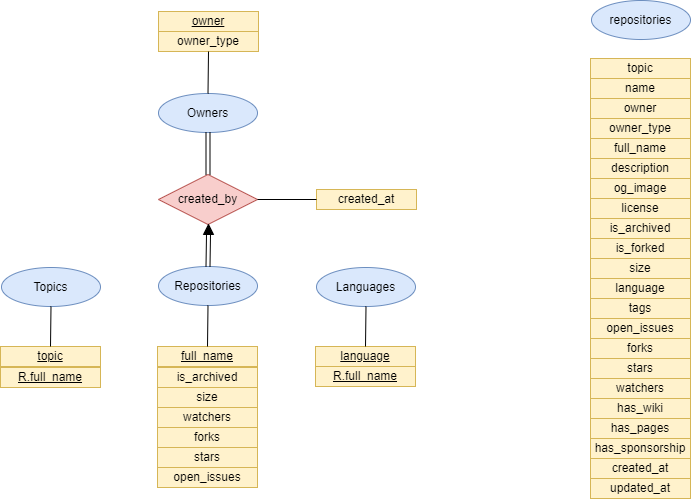
This is er_model/ER.drawio.png from diegoalonso-sm/database-final-project, a draw.io export, as it was before one commit. Source tidied: cells renumbered, new cells last; positions are measured from the earlier drawing's top-left corner, leaving out a move shared by most shapes.
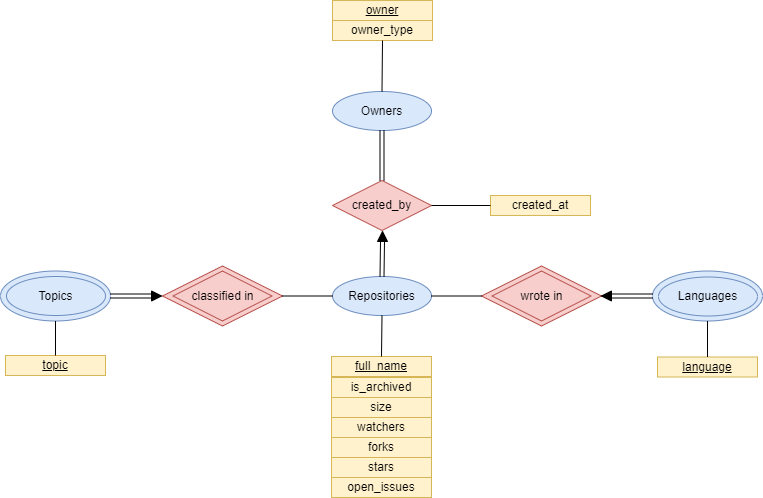
After the change.

Diff of the diagram source:
```diff
@@ -2,155 +2,119 @@
   <root>
     <mxCell id="0" />
     <mxCell id="1" parent="0" />
-    <mxCell id="2" value="topic" style="rounded=0;whiteSpace=wrap;html=1;fillColor=#fff2cc;strokeColor=#d6b656;" parent="1" vertex="1">
-      <mxGeometry x="590" y="58" width="100" height="20" as="geometry" />
-    </mxCell>
-    <mxCell id="3" value="name" style="rounded=0;whiteSpace=wrap;html=1;fillColor=#fff2cc;strokeColor=#d6b656;" parent="1" vertex="1">
-      <mxGeometry x="590" y="78" width="100" height="20" as="geometry" />
-    </mxCell>
-    <mxCell id="4" value="owner" style="rounded=0;whiteSpace=wrap;html=1;fillColor=#fff2cc;strokeColor=#d6b656;" parent="1" vertex="1">
-      <mxGeometry x="590" y="98" width="100" height="20" as="geometry" />
-    </mxCell>
-    <mxCell id="5" value="owner_type" style="rounded=0;whiteSpace=wrap;html=1;fillColor=#fff2cc;strokeColor=#d6b656;" parent="1" vertex="1">
-      <mxGeometry x="590" y="118" width="100" height="20" as="geometry" />
-    </mxCell>
-    <mxCell id="6" value="full_name" style="rounded=0;whiteSpace=wrap;html=1;fillColor=#fff2cc;strokeColor=#d6b656;" parent="1" vertex="1">
-      <mxGeometry x="590" y="138" width="100" height="20" as="geometry" />
-    </mxCell>
-    <mxCell id="7" value="description" style="rounded=0;whiteSpace=wrap;html=1;fillColor=#fff2cc;strokeColor=#d6b656;" parent="1" vertex="1">
-      <mxGeometry x="590" y="158" width="100" height="20" as="geometry" />
-    </mxCell>
-    <mxCell id="8" value="og_image" style="rounded=0;whiteSpace=wrap;html=1;fillColor=#fff2cc;strokeColor=#d6b656;" parent="1" vertex="1">
-      <mxGeometry x="590" y="178" width="100" height="20" as="geometry" />
-    </mxCell>
-    <mxCell id="9" value="license" style="rounded=0;whiteSpace=wrap;html=1;fillColor=#fff2cc;strokeColor=#d6b656;" parent="1" vertex="1">
-      <mxGeometry x="590" y="198" width="100" height="20" as="geometry" />
-    </mxCell>
-    <mxCell id="10" value="is_archived" style="rounded=0;whiteSpace=wrap;html=1;fillColor=#fff2cc;strokeColor=#d6b656;" parent="1" vertex="1">
-      <mxGeometry x="590" y="218" width="100" height="20" as="geometry" />
-    </mxCell>
-    <mxCell id="11" value="is_forked" style="rounded=0;whiteSpace=wrap;html=1;fillColor=#fff2cc;strokeColor=#d6b656;" parent="1" vertex="1">
-      <mxGeometry x="590" y="238" width="100" height="20" as="geometry" />
-    </mxCell>
-    <mxCell id="12" value="size" style="rounded=0;whiteSpace=wrap;html=1;fillColor=#fff2cc;strokeColor=#d6b656;" parent="1" vertex="1">
-      <mxGeometry x="590" y="258" width="100" height="20" as="geometry" />
-    </mxCell>
-    <mxCell id="13" value="language" style="rounded=0;whiteSpace=wrap;html=1;fillColor=#fff2cc;strokeColor=#d6b656;" parent="1" vertex="1">
-      <mxGeometry x="590" y="278" width="100" height="20" as="geometry" />
-    </mxCell>
-    <mxCell id="14" value="tags" style="rounded=0;whiteSpace=wrap;html=1;fillColor=#fff2cc;strokeColor=#d6b656;" parent="1" vertex="1">
-      <mxGeometry x="590" y="298" width="100" height="20" as="geometry" />
-    </mxCell>
-    <mxCell id="15" value="open_issues" style="rounded=0;whiteSpace=wrap;html=1;fillColor=#fff2cc;strokeColor=#d6b656;" parent="1" vertex="1">
-      <mxGeometry x="590" y="318" width="100" height="20" as="geometry" />
-    </mxCell>
-    <mxCell id="16" value="forks" style="rounded=0;whiteSpace=wrap;html=1;fillColor=#fff2cc;strokeColor=#d6b656;" parent="1" vertex="1">
-      <mxGeometry x="590" y="338" width="100" height="20" as="geometry" />
-    </mxCell>
-    <mxCell id="17" value="stars" style="rounded=0;whiteSpace=wrap;html=1;fillColor=#fff2cc;strokeColor=#d6b656;" parent="1" vertex="1">
-      <mxGeometry x="590" y="358" width="100" height="20" as="geometry" />
-    </mxCell>
-    <mxCell id="18" value="watchers" style="rounded=0;whiteSpace=wrap;html=1;fillColor=#fff2cc;strokeColor=#d6b656;" parent="1" vertex="1">
-      <mxGeometry x="590" y="378" width="100" height="20" as="geometry" />
-    </mxCell>
-    <mxCell id="19" value="has_wiki" style="rounded=0;whiteSpace=wrap;html=1;fillColor=#fff2cc;strokeColor=#d6b656;" parent="1" vertex="1">
-      <mxGeometry x="590" y="398" width="100" height="20" as="geometry" />
-    </mxCell>
-    <mxCell id="20" value="has_pages" style="rounded=0;whiteSpace=wrap;html=1;fillColor=#fff2cc;strokeColor=#d6b656;" parent="1" vertex="1">
-      <mxGeometry x="590" y="418" width="100" height="20" as="geometry" />
-    </mxCell>
-    <mxCell id="21" value="has_sponsorship" style="rounded=0;whiteSpace=wrap;html=1;fillColor=#fff2cc;strokeColor=#d6b656;" parent="1" vertex="1">
-      <mxGeometry x="590" y="438" width="100" height="20" as="geometry" />
-    </mxCell>
-    <mxCell id="22" value="created_at" style="rounded=0;whiteSpace=wrap;html=1;fillColor=#fff2cc;strokeColor=#d6b656;" parent="1" vertex="1">
-      <mxGeometry x="590" y="458" width="100" height="20" as="geometry" />
-    </mxCell>
-    <mxCell id="23" value="updated_at" style="rounded=0;whiteSpace=wrap;html=1;fillColor=#fff2cc;strokeColor=#d6b656;" parent="1" vertex="1">
-      <mxGeometry x="590" y="478" width="100" height="20" as="geometry" />
-    </mxCell>
-    <mxCell id="24" value="owner_type" style="rounded=0;whiteSpace=wrap;html=1;fillColor=#fff2cc;strokeColor=#d6b656;" parent="1" vertex="1">
-      <mxGeometry x="158" y="31" width="100" height="20" as="geometry" />
-    </mxCell>
-    <mxCell id="25" value="is_archived" style="rounded=0;whiteSpace=wrap;html=1;fillColor=#fff2cc;strokeColor=#d6b656;" parent="1" vertex="1">
-      <mxGeometry x="157" y="367" width="100" height="20" as="geometry" />
-    </mxCell>
-    <mxCell id="26" value="size" style="rounded=0;whiteSpace=wrap;html=1;fillColor=#fff2cc;strokeColor=#d6b656;" parent="1" vertex="1">
-      <mxGeometry x="157" y="387" width="100" height="20" as="geometry" />
-    </mxCell>
-    <mxCell id="27" value="open_issues" style="rounded=0;whiteSpace=wrap;html=1;fillColor=#fff2cc;strokeColor=#d6b656;" parent="1" vertex="1">
-      <mxGeometry x="157" y="467" width="100" height="20" as="geometry" />
-    </mxCell>
-    <mxCell id="28" value="forks" style="rounded=0;whiteSpace=wrap;html=1;fillColor=#fff2cc;strokeColor=#d6b656;" parent="1" vertex="1">
-      <mxGeometry x="157" y="427" width="100" height="20" as="geometry" />
-    </mxCell>
-    <mxCell id="29" value="stars" style="rounded=0;whiteSpace=wrap;html=1;fillColor=#fff2cc;strokeColor=#d6b656;" parent="1" vertex="1">
-      <mxGeometry x="157" y="447" width="100" height="20" as="geometry" />
-    </mxCell>
-    <mxCell id="30" value="watchers" style="rounded=0;whiteSpace=wrap;html=1;fillColor=#fff2cc;strokeColor=#d6b656;" parent="1" vertex="1">
-      <mxGeometry x="157" y="407" width="100" height="20" as="geometry" />
-    </mxCell>
-    <mxCell id="31" value="created_at" style="rounded=0;whiteSpace=wrap;html=1;fillColor=#fff2cc;strokeColor=#d6b656;" parent="1" vertex="1">
-      <mxGeometry x="316" y="189" width="100" height="20" as="geometry" />
-    </mxCell>
+    <mxCell id="52" style="group;" parent="1" vertex="1">
+      <mxGeometry x="-31" y="1" width="762" height="497" as="geometry" />
+    </mxCell>
+    <mxCell id="53" value="created_by" style="rhombus;whiteSpace=wrap;html=1;fillColor=#f8cecc;strokeColor=#b85450;" parent="52" vertex="1">
+      <mxGeometry x="162" y="265.5" width="120" height="60" as="geometry" />
+    </mxCell>
+    <mxCell id="54" value="Languages" style="ellipse;whiteSpace=wrap;html=1;fillColor=#dae8fc;strokeColor=#6c8ebf;" parent="52" vertex="1">
+      <mxGeometry y="270.5" width="110" height="50" as="geometry" />
+    </mxCell>
+    <mxCell id="55" value="Languages" style="ellipse;whiteSpace=wrap;html=1;fillColor=#dae8fc;strokeColor=#6c8ebf;" parent="52" vertex="1">
+      <mxGeometry x="652" y="270.5" width="110" height="50" as="geometry" />
+    </mxCell>
+    <mxCell id="56" value="owner_type" style="rounded=0;whiteSpace=wrap;html=1;fillColor=#fff2cc;strokeColor=#d6b656;" parent="52" vertex="1">
+      <mxGeometry x="332" y="20" width="100" height="20" as="geometry" />
+    </mxCell>
+    <mxCell id="57" value="is_archived" style="rounded=0;whiteSpace=wrap;html=1;fillColor=#fff2cc;strokeColor=#d6b656;" parent="52" vertex="1">
+      <mxGeometry x="331" y="377" width="100" height="20" as="geometry" />
+    </mxCell>
+    <mxCell id="58" value="size" style="rounded=0;whiteSpace=wrap;html=1;fillColor=#fff2cc;strokeColor=#d6b656;" parent="52" vertex="1">
+      <mxGeometry x="331" y="397" width="100" height="20" as="geometry" />
+    </mxCell>
+    <mxCell id="59" value="open_issues" style="rounded=0;whiteSpace=wrap;html=1;fillColor=#fff2cc;strokeColor=#d6b656;" parent="52" vertex="1">
+      <mxGeometry x="331" y="477" width="100" height="20" as="geometry" />
+    </mxCell>
+    <mxCell id="60" value="forks" style="rounded=0;whiteSpace=wrap;html=1;fillColor=#fff2cc;strokeColor=#d6b656;" parent="52" vertex="1">
+      <mxGeometry x="331" y="437" width="100" height="20" as="geometry" />
+    </mxCell>
+    <mxCell id="61" value="stars" style="rounded=0;whiteSpace=wrap;html=1;fillColor=#fff2cc;strokeColor=#d6b656;" parent="52" vertex="1">
+      <mxGeometry x="331" y="457" width="100" height="20" as="geometry" />
+    </mxCell>
+    <mxCell id="62" value="watchers" style="rounded=0;whiteSpace=wrap;html=1;fillColor=#fff2cc;strokeColor=#d6b656;" parent="52" vertex="1">
+      <mxGeometry x="331" y="417" width="100" height="20" as="geometry" />
+    </mxCell>
+    <mxCell id="63" value="created_at" style="rounded=0;whiteSpace=wrap;html=1;fillColor=#fff2cc;strokeColor=#d6b656;" parent="52" vertex="1">
+      <mxGeometry x="490" y="195" width="100" height="20" as="geometry" />
+    </mxCell>
-    <mxCell id="32" value="Repositories" style="ellipse;whiteSpace=wrap;html=1;fillColor=#dae8fc;strokeColor=#6c8ebf;" parent="1" vertex="1">
-      <mxGeometry x="158" y="266" width="99" height="39" as="geometry" />
+    <mxCell id="32" value="Repositories" style="ellipse;whiteSpace=wrap;html=1;fillColor=#dae8fc;strokeColor=#6c8ebf;" parent="52" vertex="1">
+      <mxGeometry x="332" y="276" width="99" height="39" as="geometry" />
     </mxCell>
-    <mxCell id="33" value="&lt;u&gt;full_name&lt;/u&gt;" style="rounded=0;whiteSpace=wrap;html=1;fillColor=#fff2cc;strokeColor=#d6b656;" parent="1" vertex="1">
-      <mxGeometry x="157" y="346" width="100" height="20" as="geometry" />
+    <mxCell id="33" value="&lt;u&gt;full_name&lt;/u&gt;" style="rounded=0;whiteSpace=wrap;html=1;fillColor=#fff2cc;strokeColor=#d6b656;" parent="52" vertex="1">
+      <mxGeometry x="331" y="356" width="100" height="20" as="geometry" />
     </mxCell>
-    <mxCell id="34" value="repositories" style="ellipse;whiteSpace=wrap;html=1;fillColor=#dae8fc;strokeColor=#6c8ebf;" parent="1" vertex="1">
-      <mxGeometry x="591" width="99" height="39" as="geometry" />
-    </mxCell>
-    <mxCell id="35" value="Owners" style="ellipse;whiteSpace=wrap;html=1;fillColor=#dae8fc;strokeColor=#6c8ebf;" parent="1" vertex="1">
-      <mxGeometry x="158" y="93" width="99" height="39" as="geometry" />
+    <mxCell id="35" value="Owners" style="ellipse;whiteSpace=wrap;html=1;fillColor=#dae8fc;strokeColor=#6c8ebf;" parent="52" vertex="1">
+      <mxGeometry x="332" y="91" width="99" height="39" as="geometry" />
     </mxCell>
-    <mxCell id="36" value="&lt;u&gt;owner&lt;/u&gt;" style="rounded=0;whiteSpace=wrap;html=1;fillColor=#fff2cc;strokeColor=#d6b656;" parent="1" vertex="1">
-      <mxGeometry x="158" y="11" width="100" height="20" as="geometry" />
+    <mxCell id="36" value="&lt;u&gt;owner&lt;/u&gt;" style="rounded=0;whiteSpace=wrap;html=1;fillColor=#fff2cc;strokeColor=#d6b656;" parent="52" vertex="1">
+      <mxGeometry x="332" width="100" height="20" as="geometry" />
     </mxCell>
-    <mxCell id="37" value="Topics" style="ellipse;whiteSpace=wrap;html=1;fillColor=#dae8fc;strokeColor=#6c8ebf;" parent="1" vertex="1">
-      <mxGeometry x="1" y="267" width="99" height="39" as="geometry" />
+    <mxCell id="37" value="Topics" style="ellipse;whiteSpace=wrap;html=1;fillColor=#dae8fc;strokeColor=#6c8ebf;" parent="52" vertex="1">
+      <mxGeometry x="6" y="276" width="99" height="39" as="geometry" />
     </mxCell>
-    <mxCell id="38" value="&lt;u&gt;topic&lt;/u&gt;" style="rounded=0;whiteSpace=wrap;html=1;fillColor=#fff2cc;strokeColor=#d6b656;" parent="1" vertex="1">
-      <mxGeometry y="346" width="100" height="20" as="geometry" />
+    <mxCell id="38" value="&lt;u&gt;topic&lt;/u&gt;" style="rounded=0;whiteSpace=wrap;html=1;fillColor=#fff2cc;strokeColor=#d6b656;" parent="52" vertex="1">
+      <mxGeometry x="5" y="355" width="100" height="20" as="geometry" />
     </mxCell>
-    <mxCell id="39" value="Languages" style="ellipse;whiteSpace=wrap;html=1;fillColor=#dae8fc;strokeColor=#6c8ebf;" parent="1" vertex="1">
-      <mxGeometry x="316" y="267" width="99" height="39" as="geometry" />
-    </mxCell>
+    <mxCell id="64" value="Languages" style="ellipse;whiteSpace=wrap;html=1;fillColor=#dae8fc;strokeColor=#6c8ebf;" parent="52" vertex="1">
+      <mxGeometry x="658" y="276.5" width="99" height="39" as="geometry" />
+    </mxCell>
-    <mxCell id="40" value="&lt;u&gt;language&lt;/u&gt;" style="rounded=0;whiteSpace=wrap;html=1;fillColor=#fff2cc;strokeColor=#d6b656;" parent="1" vertex="1">
-      <mxGeometry x="315" y="346" width="100" height="20" as="geometry" />
+    <mxCell id="40" value="&lt;u&gt;language&lt;/u&gt;" style="rounded=0;whiteSpace=wrap;html=1;fillColor=#fff2cc;strokeColor=#d6b656;" parent="52" vertex="1">
+      <mxGeometry x="657" y="356.5" width="100" height="20" as="geometry" />
     </mxCell>
-    <mxCell id="41" style="endArrow=none;html=1;rounded=0;exitX=0.5;exitY=1;exitDx=0;exitDy=0;entryX=0.5;entryY=0;entryDx=0;entryDy=0;" parent="1" edge="1" source="37" target="38">
-      <mxGeometry relative="1" as="geometry" />
-    </mxCell>
+    <mxCell id="65" style="endArrow=none;html=1;rounded=0;exitX=0.5;exitY=1;exitDx=0;exitDy=0;entryX=0.5;entryY=0;entryDx=0;entryDy=0;" parent="52" edge="1" source="54" target="38">
+      <mxGeometry relative="1" as="geometry" />
+    </mxCell>
-    <mxCell id="42" style="endArrow=none;html=1;rounded=0;entryX=0.5;entryY=1;entryDx=0;entryDy=0;exitX=0.5;exitY=0;exitDx=0;exitDy=0;" parent="1" edge="1" source="33" target="32">
+    <mxCell id="42" style="endArrow=none;html=1;rounded=0;entryX=0.5;entryY=1;entryDx=0;entryDy=0;exitX=0.5;exitY=0;exitDx=0;exitDy=0;" parent="52" edge="1" source="33" target="32">
       <mxGeometry relative="1" as="geometry" />
     </mxCell>
-    <mxCell id="43" style="endArrow=none;html=1;rounded=0;entryX=0.5;entryY=1;entryDx=0;entryDy=0;exitX=0.5;exitY=0;exitDx=0;exitDy=0;" parent="1" edge="1" source="40" target="39">
-      <mxGeometry relative="1" as="geometry" />
-    </mxCell>
-    <mxCell id="44" value="created_by" style="rhombus;whiteSpace=wrap;html=1;fillColor=#f8cecc;strokeColor=#b85450;" parent="1" vertex="1">
-      <mxGeometry x="158" y="174" width="99" height="50" as="geometry" />
-    </mxCell>
-    <mxCell id="45" style="endArrow=none;html=1;rounded=0;entryX=0.5;entryY=1;entryDx=0;entryDy=0;exitX=0.5;exitY=0;exitDx=0;exitDy=0;shape=link;" parent="1" edge="1" source="44" target="35">
-      <mxGeometry relative="1" as="geometry" />
-    </mxCell>
-    <mxCell id="46" style="endArrow=none;html=1;rounded=0;exitX=0.5;exitY=0;exitDx=0;exitDy=0;entryX=0.5;entryY=1;entryDx=0;entryDy=0;" parent="1" edge="1" source="35" target="24">
-      <mxGeometry relative="1" as="geometry" />
-    </mxCell>
-    <mxCell id="47" value="&lt;u&gt;R.full_name&lt;/u&gt;" style="rounded=0;whiteSpace=wrap;html=1;fillColor=#fff2cc;strokeColor=#d6b656;" parent="1" vertex="1">
-      <mxGeometry y="367" width="100" height="20" as="geometry" />
-    </mxCell>
-    <mxCell id="48" value="&lt;u&gt;R.full_name&lt;/u&gt;" style="rounded=0;whiteSpace=wrap;html=1;fillColor=#fff2cc;strokeColor=#d6b656;" parent="1" vertex="1">
-      <mxGeometry x="315" y="366" width="100" height="20" as="geometry" />
-    </mxCell>
-    <mxCell id="49" style="endArrow=none;html=1;rounded=0;exitX=1;exitY=0.5;exitDx=0;exitDy=0;entryX=0;entryY=0.5;entryDx=0;entryDy=0;" parent="1" edge="1" source="44" target="31">
-      <mxGeometry relative="1" as="geometry" />
-    </mxCell>
-    <mxCell id="50" style="endArrow=none;html=1;rounded=0;entryX=0;entryY=0.5;entryDx=0;entryDy=0;exitX=0.5;exitY=0;exitDx=0;exitDy=0;shape=link;" parent="1" edge="1" source="32" target="51">
-      <mxGeometry relative="1" as="geometry" />
-    </mxCell>
-    <mxCell id="51" style="triangle;whiteSpace=wrap;html=1;fillColor=#000000;rotation=-90;" parent="1" vertex="1">
-      <mxGeometry x="203" y="224" width="10" height="10" as="geometry" />
-    </mxCell>
+    <mxCell id="66" style="endArrow=none;html=1;rounded=0;exitX=0.5;exitY=0;exitDx=0;exitDy=0;entryX=0.5;entryY=1;entryDx=0;entryDy=0;" parent="52" edge="1" source="40" target="55">
+      <mxGeometry relative="1" as="geometry" />
+    </mxCell>
+    <mxCell id="67" value="created_by" style="rhombus;whiteSpace=wrap;html=1;fillColor=#f8cecc;strokeColor=#b85450;" parent="52" vertex="1">
+      <mxGeometry x="332" y="180" width="99" height="50" as="geometry" />
+    </mxCell>
+    <mxCell id="68" style="endArrow=none;html=1;rounded=0;entryX=0.5;entryY=1;entryDx=0;entryDy=0;exitX=0.5;exitY=0;exitDx=0;exitDy=0;shape=link;" parent="52" edge="1" source="67" target="35">
+      <mxGeometry relative="1" as="geometry" />
+    </mxCell>
+    <mxCell id="69" style="endArrow=none;html=1;rounded=0;exitX=0.5;exitY=0;exitDx=0;exitDy=0;entryX=0.5;entryY=1;entryDx=0;entryDy=0;" parent="52" edge="1" source="35" target="56">
+      <mxGeometry relative="1" as="geometry" />
+    </mxCell>
+    <mxCell id="70" style="endArrow=none;html=1;rounded=0;exitX=1;exitY=0.5;exitDx=0;exitDy=0;entryX=0;entryY=0.5;entryDx=0;entryDy=0;" parent="52" edge="1" source="67" target="63">
+      <mxGeometry relative="1" as="geometry" />
+    </mxCell>
+    <mxCell id="71" style="endArrow=none;html=1;rounded=0;entryX=0;entryY=0.5;entryDx=0;entryDy=0;exitX=0.5;exitY=0;exitDx=0;exitDy=0;shape=link;" parent="52" edge="1" source="32" target="72">
+      <mxGeometry relative="1" as="geometry" />
+    </mxCell>
+    <mxCell id="72" style="triangle;whiteSpace=wrap;html=1;fillColor=#000000;rotation=-90;" parent="52" vertex="1">
+      <mxGeometry x="377" y="231" width="10" height="10" as="geometry" />
+    </mxCell>
+    <mxCell id="73" value="classified in" style="rhombus;whiteSpace=wrap;html=1;fillColor=#f8cecc;strokeColor=#b85450;" parent="52" vertex="1">
+      <mxGeometry x="172.5" y="270.5" width="99" height="50" as="geometry" />
+    </mxCell>
+    <mxCell id="74" value="created_by" style="rhombus;whiteSpace=wrap;html=1;fillColor=#f8cecc;strokeColor=#b85450;" parent="52" vertex="1">
+      <mxGeometry x="481" y="265.5" width="120" height="60" as="geometry" />
+    </mxCell>
+    <mxCell id="75" value="wrote in" style="rhombus;whiteSpace=wrap;html=1;fillColor=#f8cecc;strokeColor=#b85450;" parent="52" vertex="1">
+      <mxGeometry x="491.5" y="270.5" width="99" height="50" as="geometry" />
+    </mxCell>
+    <mxCell id="76" style="endArrow=none;html=1;rounded=0;entryX=0;entryY=0.5;entryDx=0;entryDy=0;exitX=1;exitY=0.5;exitDx=0;exitDy=0;" parent="52" edge="1" source="53" target="32">
+      <mxGeometry relative="1" as="geometry" />
+    </mxCell>
+    <mxCell id="77" style="endArrow=none;html=1;rounded=0;entryX=1;entryY=0.5;entryDx=0;entryDy=0;exitX=0;exitY=0.5;exitDx=0;exitDy=0;" parent="52" edge="1" source="74" target="32">
+      <mxGeometry relative="1" as="geometry" />
+    </mxCell>
+    <mxCell id="78" style="triangle;whiteSpace=wrap;html=1;fillColor=#000000;rotation=0;" parent="52" vertex="1">
+      <mxGeometry x="151" y="290.5" width="10" height="10" as="geometry" />
+    </mxCell>
+    <mxCell id="79" style="endArrow=none;html=1;rounded=0;exitX=1;exitY=0.5;exitDx=0;exitDy=0;shape=link;entryX=0;entryY=0.5;entryDx=0;entryDy=0;" parent="52" edge="1" source="54" target="78">
+      <mxGeometry relative="1" as="geometry" />
+    </mxCell>
+    <mxCell id="80" style="triangle;whiteSpace=wrap;html=1;fillColor=#000000;rotation=-180;" parent="52" vertex="1">
+      <mxGeometry x="601" y="290.5" width="10" height="10" as="geometry" />
+    </mxCell>
+    <mxCell id="81" style="endArrow=classic;html=1;rounded=0;shape=link;entryX=0;entryY=0.5;entryDx=0;entryDy=0;exitX=0;exitY=0.5;exitDx=0;exitDy=0;" parent="52" edge="1" source="55" target="80">
+      <mxGeometry relative="1" as="geometry" />
+    </mxCell>
   </root>
 </mxGraphModel>
```
